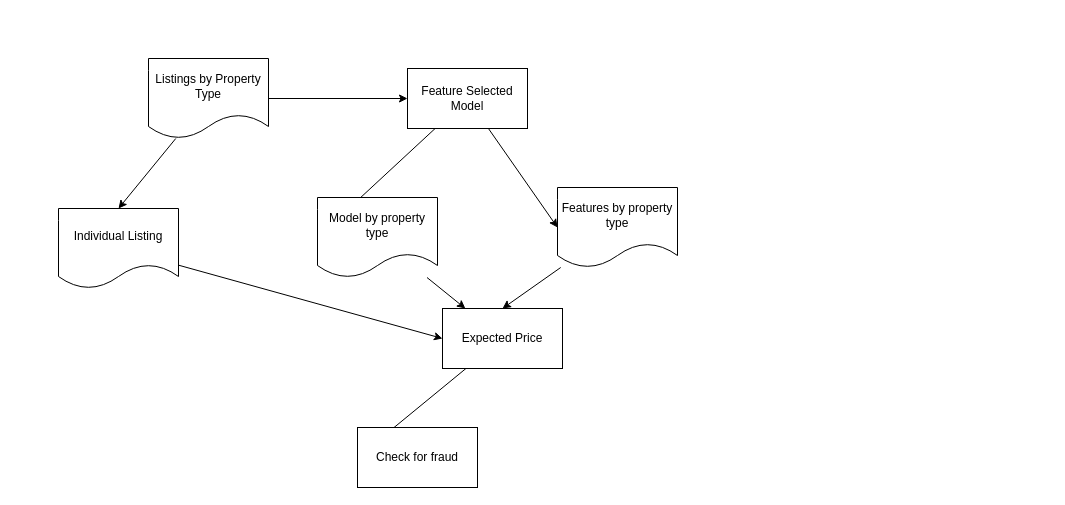
Above: Utils/Process.drawio in TheAdaptoid/2024-Ai4Good-Submission (draw.io), before the change. Source tidied: cells renumbered, new cells numbered last; positions are measured from the earlier drawing's top-left corner, leaving out a move shared by most shapes. Both pictures are drawn from the tidied source at 100%, with x=0, y=0 at pixel (58, 58).
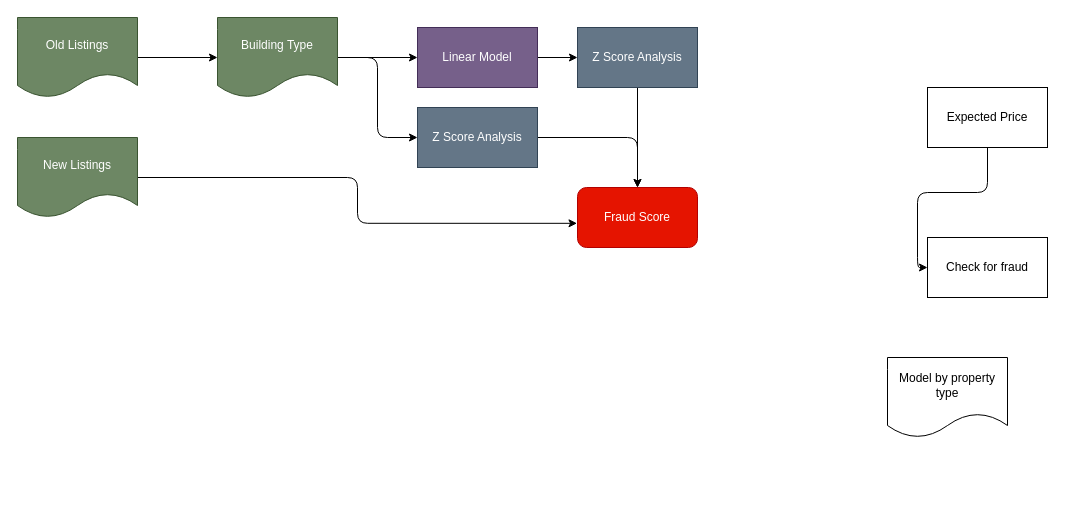
After the change.

Change to the diagram source:
```diff
@@
 <mxGraphModel>
   <root>
     <mxCell id="0" />
     <mxCell id="1" parent="0" />
-    <mxCell id="2" style="edgeStyle=none;html=1;entryX=0;entryY=0.5;entryDx=0;entryDy=0;noEdgeStyle=1;" parent="1" edge="1" source="4" target="9">
-      <mxGeometry relative="1" as="geometry" />
-    </mxCell>
-    <mxCell id="3" style="edgeStyle=none;html=1;entryX=0;entryY=0.5;entryDx=0;entryDy=0;noEdgeStyle=1;" parent="1" edge="1" source="4" target="11">
-      <mxGeometry relative="1" as="geometry" />
-    </mxCell>
-    <mxCell id="4" value="Feature Selected Model" style="rounded=0;whiteSpace=wrap;html=1;" parent="1" vertex="1">
-      <mxGeometry x="349" y="10" width="120" height="60" as="geometry" />
-    </mxCell>
-    <mxCell id="5" style="edgeStyle=none;html=1;entryX=0;entryY=0.5;entryDx=0;entryDy=0;noEdgeStyle=1;" parent="1" edge="1" source="7" target="4">
-      <mxGeometry relative="1" as="geometry" />
-    </mxCell>
-    <mxCell id="6" style="edgeStyle=none;html=1;entryX=0.5;entryY=0;entryDx=0;entryDy=0;noEdgeStyle=1;" parent="1" edge="1" source="7" target="13">
+    <mxCell id="6" style="edgeStyle=orthogonalEdgeStyle;html=1;" parent="1" edge="1" source="7" target="13">
       <mxGeometry relative="1" as="geometry" />
     </mxCell>
-    <mxCell id="7" value="Listings by Property Type" style="shape=document;whiteSpace=wrap;html=1;boundedLbl=1;" parent="1" vertex="1">
-      <mxGeometry x="90" width="120" height="80" as="geometry" />
+    <mxCell id="7" value="Old Listings" style="shape=document;whiteSpace=wrap;html=1;boundedLbl=1;fillColor=#6d8764;strokeColor=#3A5431;fontColor=#ffffff;" parent="1" vertex="1">
+      <mxGeometry x="-41" y="-41" width="120" height="80" as="geometry" />
     </mxCell>
-    <mxCell id="8" style="edgeStyle=none;html=1;entryX=0.5;entryY=0;entryDx=0;entryDy=0;noEdgeStyle=1;" parent="1" edge="1" source="9" target="15">
-      <mxGeometry relative="1" as="geometry" />
-    </mxCell>
-    <mxCell id="9" value="Features by property type" style="shape=document;whiteSpace=wrap;html=1;boundedLbl=1;" parent="1" vertex="1">
-      <mxGeometry x="499" y="129" width="120" height="80" as="geometry" />
-    </mxCell>
-    <mxCell id="10" style="edgeStyle=none;html=1;noEdgeStyle=1;" parent="1" edge="1" source="11" target="15">
-      <mxGeometry relative="1" as="geometry" />
-    </mxCell>
     <mxCell id="11" value="Model by property type" style="shape=document;whiteSpace=wrap;html=1;boundedLbl=1;" parent="1" vertex="1">
-      <mxGeometry x="259" y="139" width="120" height="80" as="geometry" />
+      <mxGeometry x="829" y="299" width="120" height="80" as="geometry" />
     </mxCell>
-    <mxCell id="12" style="edgeStyle=none;html=1;entryX=0;entryY=0.5;entryDx=0;entryDy=0;noEdgeStyle=1;" parent="1" edge="1" source="13" target="15">
-      <mxGeometry relative="1" as="geometry" />
-    </mxCell>
+    <mxCell id="17" style="edgeStyle=orthogonalEdgeStyle;html=1;entryX=0;entryY=0.5;entryDx=0;entryDy=0;" parent="1" edge="1" source="13" target="20">
+      <mxGeometry relative="1" as="geometry" />
+    </mxCell>
+    <mxCell id="18" style="edgeStyle=orthogonalEdgeStyle;html=1;entryX=0;entryY=0.5;entryDx=0;entryDy=0;exitX=1;exitY=0.5;exitDx=0;exitDy=0;" parent="1" edge="1" source="13" target="24">
+      <mxGeometry relative="1" as="geometry" />
+    </mxCell>
-    <mxCell id="13" value="Individual Listing" style="shape=document;whiteSpace=wrap;html=1;boundedLbl=1;" parent="1" vertex="1">
-      <mxGeometry y="150" width="120" height="80" as="geometry" />
+    <mxCell id="13" value="Building Type" style="shape=document;whiteSpace=wrap;html=1;boundedLbl=1;fillColor=#6d8764;strokeColor=#3A5431;fontColor=#ffffff;" parent="1" vertex="1">
+      <mxGeometry x="159" y="-41" width="120" height="80" as="geometry" />
     </mxCell>
-    <mxCell id="14" style="edgeStyle=none;html=1;entryX=0;entryY=0.5;entryDx=0;entryDy=0;noEdgeStyle=1;" parent="1" edge="1" source="15" target="16">
+    <mxCell id="14" style="edgeStyle=orthogonalEdgeStyle;html=1;entryX=0;entryY=0.5;entryDx=0;entryDy=0;orthogonal=1;" parent="1" edge="1" source="15" target="16">
       <mxGeometry relative="1" as="geometry" />
     </mxCell>
     <mxCell id="15" value="Expected Price" style="rounded=0;whiteSpace=wrap;html=1;" parent="1" vertex="1">
-      <mxGeometry x="384" y="250" width="120" height="60" as="geometry" />
+      <mxGeometry x="869" y="29" width="120" height="60" as="geometry" />
     </mxCell>
     <mxCell id="16" value="Check for fraud" style="rounded=0;whiteSpace=wrap;html=1;" parent="1" vertex="1">
-      <mxGeometry x="299" y="369" width="120" height="60" as="geometry" />
+      <mxGeometry x="869" y="179" width="120" height="60" as="geometry" />
     </mxCell>
+    <mxCell id="19" style="edgeStyle=orthogonalEdgeStyle;html=1;" parent="1" edge="1" source="20" target="22">
+      <mxGeometry relative="1" as="geometry" />
+    </mxCell>
+    <mxCell id="20" value="Linear Model" style="rounded=0;whiteSpace=wrap;html=1;fillColor=#76608a;fontColor=#ffffff;strokeColor=#432D57;" parent="1" vertex="1">
+      <mxGeometry x="359" y="-31" width="120" height="60" as="geometry" />
+    </mxCell>
+    <mxCell id="21" style="edgeStyle=orthogonalEdgeStyle;html=1;" parent="1" edge="1" source="22" target="25">
+      <mxGeometry relative="1" as="geometry" />
+    </mxCell>
+    <mxCell id="22" value="Z Score Analysis" style="whiteSpace=wrap;html=1;rounded=0;fillColor=#647687;fontColor=#ffffff;strokeColor=#314354;" parent="1" vertex="1">
+      <mxGeometry x="519" y="-31" width="120" height="60" as="geometry" />
+    </mxCell>
+    <mxCell id="23" style="edgeStyle=orthogonalEdgeStyle;html=1;entryX=0.5;entryY=0;entryDx=0;entryDy=0;exitX=1;exitY=0.5;exitDx=0;exitDy=0;" parent="1" edge="1" source="24" target="25">
+      <mxGeometry relative="1" as="geometry" />
+    </mxCell>
+    <mxCell id="24" value="Z Score Analysis" style="whiteSpace=wrap;html=1;fillColor=#647687;fontColor=#ffffff;strokeColor=#314354;" parent="1" vertex="1">
+      <mxGeometry x="359" y="49" width="120" height="60" as="geometry" />
+    </mxCell>
+    <mxCell id="25" value="Fraud Score" style="rounded=1;whiteSpace=wrap;html=1;fillColor=#e51400;fontColor=#ffffff;strokeColor=#B20000;" parent="1" vertex="1">
+      <mxGeometry x="519" y="129" width="120" height="60" as="geometry" />
+    </mxCell>
+    <mxCell id="26" style="edgeStyle=orthogonalEdgeStyle;html=1;entryX=-0.004;entryY=0.597;entryDx=0;entryDy=0;entryPerimeter=0;" parent="1" edge="1" source="27" target="25">
+      <mxGeometry relative="1" as="geometry" />
+    </mxCell>
+    <mxCell id="27" value="New Listings" style="shape=document;whiteSpace=wrap;html=1;boundedLbl=1;fillColor=#6d8764;strokeColor=#3A5431;fontColor=#ffffff;" parent="1" vertex="1">
+      <mxGeometry x="-41" y="79" width="120" height="80" as="geometry" />
+    </mxCell>
   </root>
 </mxGraphModel>
```
